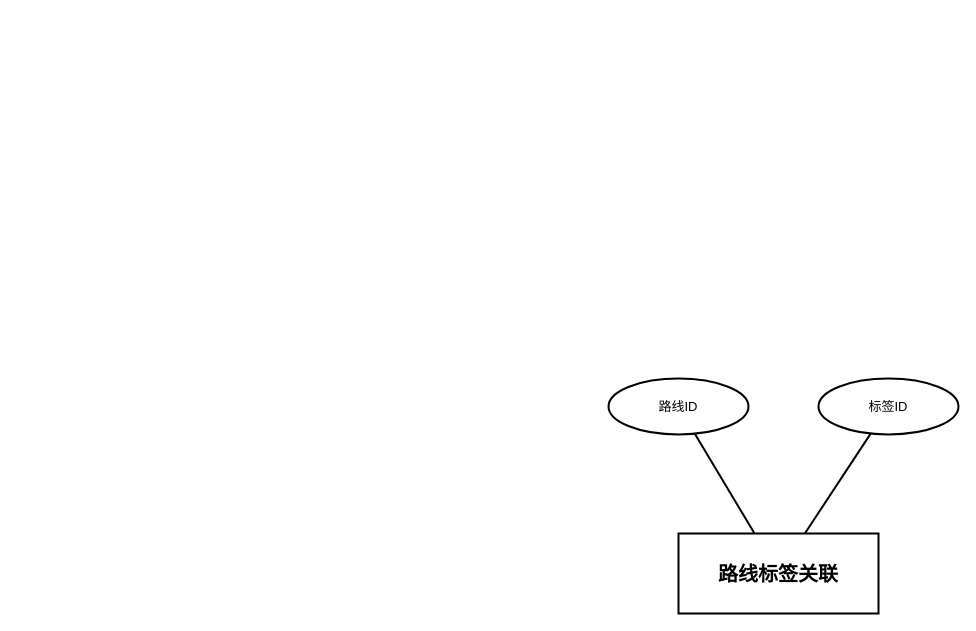
Earlier version of the draw.io diagram DOCS/thesis/figures/entity-diagrams/trail_tags/trail_tags_entity.drawio (612cs/TrailQuest). Source tidied: cells renumbered, new cells numbered last; positions are measured from the earlier drawing's top-left corner, leaving out a move shared by most shapes. Both pictures are drawn from the tidied source at 100%, with x=0, y=0 at pixel (608, 378).
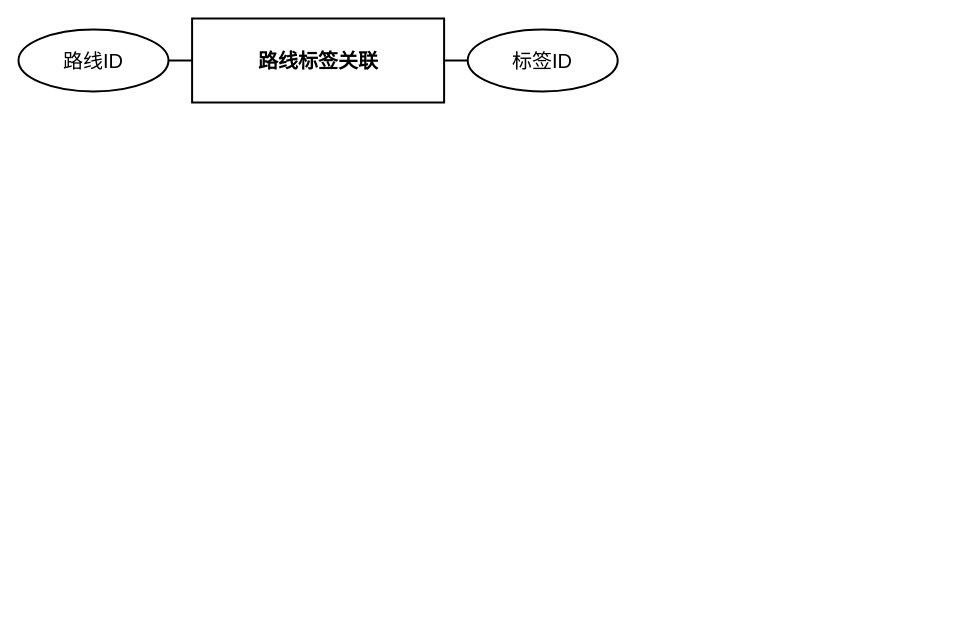
Above is the later version.

The edit, as a diff of the source:
```diff
@@
 <mxGraphModel>
   <root>
     <mxCell id="0" />
     <mxCell id="1" parent="0" />
-    <mxCell id="2" value="路线标签关联" style="rounded=0;whiteSpace=wrap;html=1;fillColor=#ffffff;strokeColor=#000000;fontColor=#000000;fontFamily=Arial;fontSize=20;fontStyle=1;align=center;verticalAlign=middle;strokeWidth=2;" parent="1" vertex="1">
-      <mxGeometry x="70" y="155" width="200" height="80" as="geometry" />
+    <mxCell id="2" value="路线标签关联" style="rounded=0;whiteSpace=wrap;html=1;fillColor=none;strokeColor=#000000;fontColor=#000000;fontFamily=Arial;fontSize=20;fontStyle=1;align=center;verticalAlign=middle;strokeWidth=2;gradientColor=none;shadow=0;glass=0;" parent="1" vertex="1">
+      <mxGeometry x="-416.4" y="-360" width="252" height="84" as="geometry" />
     </mxCell>
-    <mxCell id="3" value="路线ID" style="ellipse;whiteSpace=wrap;html=1;fillColor=#ffffff;strokeColor=#000000;fontColor=#000000;fontFamily=Arial;fontSize=13;align=center;verticalAlign=middle;strokeWidth=2;" parent="1" vertex="1">
-      <mxGeometry width="140" height="56" as="geometry" />
+    <mxCell id="3" value="路线ID" style="ellipse;whiteSpace=wrap;html=1;fillColor=none;strokeColor=#000000;fontColor=#000000;fontFamily=Arial;fontSize=20;align=center;verticalAlign=middle;strokeWidth=2;gradientColor=none;shadow=0;glass=0;" parent="1" vertex="1">
+      <mxGeometry x="-590" y="-349" width="150" height="62" as="geometry" />
     </mxCell>
-    <mxCell id="4" value="标签ID" style="ellipse;whiteSpace=wrap;html=1;fillColor=#ffffff;strokeColor=#000000;fontColor=#000000;fontFamily=Arial;fontSize=13;align=center;verticalAlign=middle;strokeWidth=2;" parent="1" vertex="1">
-      <mxGeometry x="210" width="140" height="56" as="geometry" />
+    <mxCell id="4" value="标签ID" style="ellipse;whiteSpace=wrap;html=1;fillColor=none;strokeColor=#000000;fontColor=#000000;fontFamily=Arial;fontSize=20;align=center;verticalAlign=middle;strokeWidth=2;gradientColor=none;shadow=0;glass=0;" parent="1" vertex="1">
+      <mxGeometry x="-140.8" y="-349" width="150" height="62" as="geometry" />
     </mxCell>
     <mxCell id="5" style="endArrow=none;html=1;rounded=0;strokeColor=#000000;strokeWidth=2;" parent="1" edge="1" source="2" target="3">
       <mxGeometry relative="1" as="geometry" />
     </mxCell>
     <mxCell id="6" style="endArrow=none;html=1;rounded=0;strokeColor=#000000;strokeWidth=2;" parent="1" edge="1" source="2" target="4">
       <mxGeometry relative="1" as="geometry" />
     </mxCell>
   </root>
 </mxGraphModel>
```
